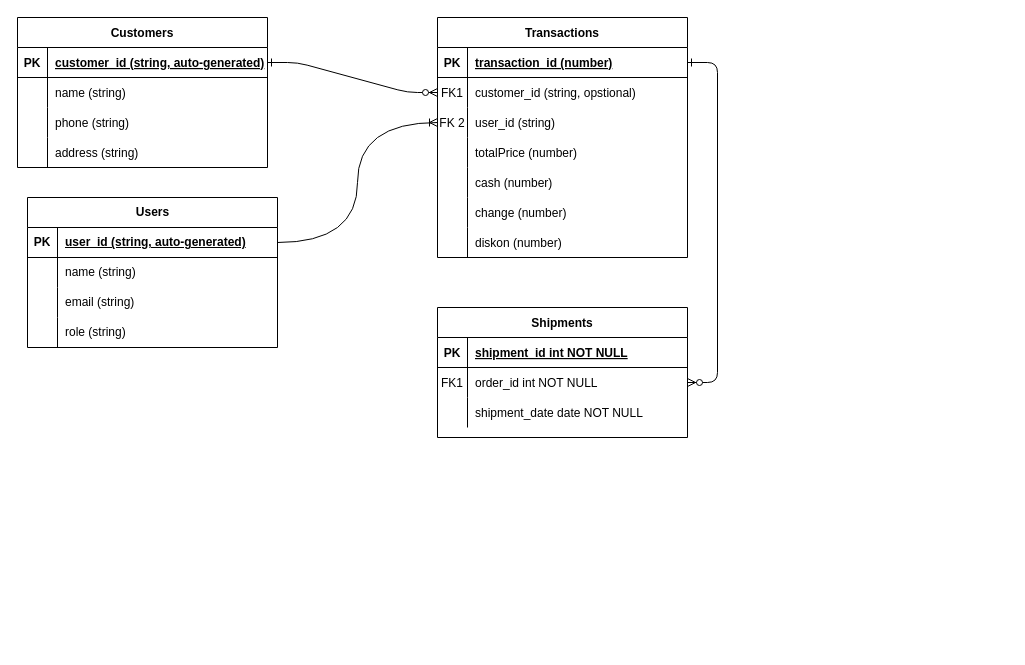
This is Untitled Diagram.drawio from rafignwn/aplikasi-kasir-versi-web, a draw.io file, before an edit. Source tidied: cells renumbered, new cells numbered last; positions are measured from the earlier drawing's top-left corner, leaving out a move shared by most shapes. Both pictures are drawn from the tidied source at 100%, with x=0, y=0 at pixel (17, 17).
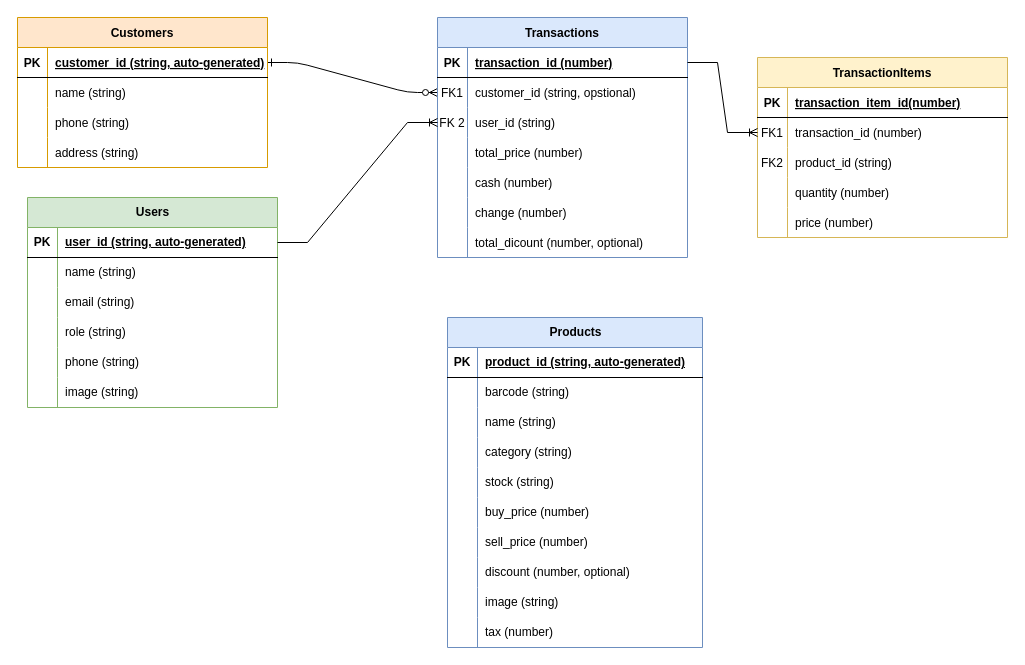
Above is the later version.

The change refers to these unchanged cells:
```xml
<mxCell id="5" style="shape=partialRectangle;fillColor=none;points=[[0,0.5],[1,0.5]];portConstraint=eastwest;top=0;left=0;right=0;bottom=1;" parent="4" vertex="1">
  <mxGeometry y="30" width="250" height="30" as="geometry" />
</mxCell>
<mxCell id="11" style="shape=partialRectangle;fillColor=none;points=[[0,0.5],[1,0.5]];portConstraint=eastwest;top=0;left=0;right=0;bottom=0;" parent="4" vertex="1">
  <mxGeometry y="90" width="250" height="30" as="geometry" />
</mxCell>
<mxCell id="14" style="shape=partialRectangle;fillColor=none;top=0;left=0;right=0;bottom=0;" parent="4" vertex="1">
  <mxGeometry y="120" width="250" height="30" as="geometry" />
</mxCell>
<mxCell id="23" style="shape=partialRectangle;fillColor=none;top=0;left=0;right=0;bottom=0;" parent="4" vertex="1">
  <mxGeometry y="210" width="250" height="30" as="geometry" />
</mxCell>
<mxCell id="27" style="shape=partialRectangle;fillColor=none;top=0;left=0;right=0;bottom=1;" parent="26" vertex="1">
  <mxGeometry y="30" width="250" height="30" as="geometry" />
</mxCell>
<mxCell id="30" style="shape=partialRectangle;fillColor=none;points=[[0,0.5],[1,0.5]];portConstraint=eastwest;top=0;left=0;right=0;bottom=0;" parent="26" vertex="1">
  <mxGeometry y="60" width="250" height="30" as="geometry" />
</mxCell>
<mxCell id="33" style="shape=partialRectangle;fillColor=none;top=0;left=0;right=0;bottom=0;" parent="26" vertex="1">
  <mxGeometry y="90" width="250" height="30" as="geometry" />
</mxCell>
<mxCell id="50" style="shape=tableRow;horizontal=0;startSize=0;swimlaneHead=0;swimlaneBody=0;fillColor=none;points=[[0,0.5],[1,0.5]];portConstraint=eastwest;top=0;left=0;right=0;bottom=1;" parent="49" vertex="1">
  <mxGeometry y="30" width="250" height="30" as="geometry" />
</mxCell>
```

The edit, as a diff of the source:
```diff
@@
-    <mxCell id="3" style="edgeStyle=entityRelationEdgeStyle;endArrow=ERzeroToMany;startArrow=ERone;endFill=1;startFill=0;" parent="1" edge="1" source="5" target="30">
-      <mxGeometry relative="1" as="geometry" />
-    </mxCell>
-    <mxCell id="4" value="Transactions" style="shape=table;startSize=30;childLayout=tableLayout;rowLines=0;fontStyle=1;align=center;" parent="1" vertex="1">
+    <mxCell id="4" value="Transactions" style="shape=table;startSize=30;childLayout=tableLayout;rowLines=0;fontStyle=1;align=center;fillColor=#dae8fc;strokeColor=#6c8ebf;" parent="1" vertex="1">
       <mxGeometry x="420" width="250" height="240" as="geometry" />
     </mxCell>
@@
-    <mxCell id="16" value="totalPrice (number)" style="shape=partialRectangle;overflow=hidden;fillColor=none;top=0;left=0;bottom=0;right=0;align=left;spacingLeft=6;" parent="14" vertex="1">
+    <mxCell id="16" value="total_price (number)" style="shape=partialRectangle;overflow=hidden;fillColor=none;top=0;left=0;bottom=0;right=0;align=left;spacingLeft=6;" parent="14" vertex="1">
       <mxGeometry x="30" width="220" height="30" as="geometry" />
     </mxCell>
@@
-    <mxCell id="25" value="diskon (number)" style="shape=partialRectangle;overflow=hidden;fillColor=none;top=0;left=0;bottom=0;right=0;align=left;spacingLeft=6;" parent="23" vertex="1">
+    <mxCell id="25" value="total_dicount (number, optional)" style="shape=partialRectangle;overflow=hidden;fillColor=none;top=0;left=0;bottom=0;right=0;align=left;spacingLeft=6;" parent="23" vertex="1">
       <mxGeometry x="30" width="220" height="30" as="geometry" />
     </mxCell>
-    <mxCell id="26" value="Shipments" style="shape=table;startSize=30;childLayout=tableLayout;rowLines=0;fontStyle=1;align=center;" parent="1" vertex="1">
-      <mxGeometry x="420" y="290" width="250" height="130" as="geometry" />
+    <mxCell id="26" value="TransactionItems" style="shape=table;startSize=30;childLayout=tableLayout;rowLines=0;fontStyle=1;align=center;fillColor=#fff2cc;strokeColor=#d6b656;" parent="1" vertex="1">
+      <mxGeometry x="740" y="40" width="250" height="180" as="geometry" />
     </mxCell>
@@
-    <mxCell id="29" value="shipment_id int NOT NULL " style="shape=partialRectangle;overflow=hidden;fillColor=none;top=0;left=0;bottom=0;right=0;align=left;spacingLeft=6;fontStyle=5;" parent="27" vertex="1">
+    <mxCell id="29" value="transaction_item_id(number)" style="shape=partialRectangle;overflow=hidden;fillColor=none;top=0;left=0;bottom=0;right=0;align=left;spacingLeft=6;fontStyle=5;" parent="27" vertex="1">
       <mxGeometry x="30" width="220" height="30" as="geometry" />
     </mxCell>
@@
-    <mxCell id="32" value="order_id int NOT NULL" style="shape=partialRectangle;overflow=hidden;fillColor=none;top=0;left=0;bottom=0;right=0;align=left;spacingLeft=6;" parent="30" vertex="1">
+    <mxCell id="32" value="transaction_id (number)" style="shape=partialRectangle;overflow=hidden;fillColor=none;top=0;left=0;bottom=0;right=0;align=left;spacingLeft=6;" parent="30" vertex="1">
       <mxGeometry x="30" width="220" height="30" as="geometry" />
     </mxCell>
@@
-    <mxCell id="34" style="shape=partialRectangle;overflow=hidden;fillColor=none;top=0;left=0;bottom=0;right=0;" parent="33" vertex="1">
+    <mxCell id="34" value="FK2" style="shape=partialRectangle;overflow=hidden;fillColor=none;top=0;left=0;bottom=0;right=0;" parent="33" vertex="1">
       <mxGeometry width="30" height="30" as="geometry" />
     </mxCell>
-    <mxCell id="35" value="shipment_date date NOT NULL" style="shape=partialRectangle;overflow=hidden;fillColor=none;top=0;left=0;bottom=0;right=0;align=left;spacingLeft=6;" parent="33" vertex="1">
+    <mxCell id="35" value="product_id (string)" style="shape=partialRectangle;overflow=hidden;fillColor=none;top=0;left=0;bottom=0;right=0;align=left;spacingLeft=6;" parent="33" vertex="1">
       <mxGeometry x="30" width="220" height="30" as="geometry" />
     </mxCell>
+    <mxCell id="63" style="shape=partialRectangle;fillColor=none;top=0;left=0;right=0;bottom=0;" parent="26" vertex="1">
+      <mxGeometry y="120" width="250" height="30" as="geometry" />
+    </mxCell>
+    <mxCell id="64" style="shape=partialRectangle;overflow=hidden;fillColor=none;top=0;left=0;bottom=0;right=0;" parent="63" vertex="1">
+      <mxGeometry width="30" height="30" as="geometry" />
+    </mxCell>
+    <mxCell id="65" value="quantity (number)" style="shape=partialRectangle;overflow=hidden;fillColor=none;top=0;left=0;bottom=0;right=0;align=left;spacingLeft=6;" parent="63" vertex="1">
+      <mxGeometry x="30" width="220" height="30" as="geometry" />
+    </mxCell>
+    <mxCell id="66" style="shape=partialRectangle;fillColor=none;top=0;left=0;right=0;bottom=0;" parent="26" vertex="1">
+      <mxGeometry y="150" width="250" height="30" as="geometry" />
+    </mxCell>
+    <mxCell id="67" style="shape=partialRectangle;overflow=hidden;fillColor=none;top=0;left=0;bottom=0;right=0;" parent="66" vertex="1">
+      <mxGeometry width="30" height="30" as="geometry" />
+    </mxCell>
+    <mxCell id="68" value="price (number)" style="shape=partialRectangle;overflow=hidden;fillColor=none;top=0;left=0;bottom=0;right=0;align=left;spacingLeft=6;" parent="66" vertex="1">
+      <mxGeometry x="30" width="220" height="30" as="geometry" />
+    </mxCell>
-    <mxCell id="36" value="Customers" style="shape=table;startSize=30;childLayout=tableLayout;rowLines=0;fontStyle=1;align=center;" parent="1" vertex="1">
+    <mxCell id="36" value="Customers" style="shape=table;startSize=30;childLayout=tableLayout;rowLines=0;fontStyle=1;align=center;fillColor=#ffe6cc;strokeColor=#d79b00;" parent="1" vertex="1">
       <mxGeometry width="250" height="150" as="geometry" />
     </mxCell>
@@
-    <mxCell id="49" value="Users" style="shape=table;startSize=30;childLayout=tableLayout;rowLines=0;fontStyle=1;align=center;html=1;" parent="1" vertex="1">
-      <mxGeometry x="10" y="180" width="250" height="150" as="geometry" />
+    <mxCell id="49" value="Users" style="shape=table;startSize=30;childLayout=tableLayout;rowLines=0;fontStyle=1;align=center;html=1;fillColor=#d5e8d4;strokeColor=#82b366;" parent="1" vertex="1">
+      <mxGeometry x="10" y="180" width="250" height="210" as="geometry" />
     </mxCell>
@@
+    <mxCell id="69" style="shape=tableRow;horizontal=0;startSize=0;swimlaneHead=0;swimlaneBody=0;fillColor=none;top=0;left=0;right=0;bottom=0;" parent="49" vertex="1">
+      <mxGeometry y="150" width="250" height="30" as="geometry" />
+    </mxCell>
+    <mxCell id="70" style="shape=partialRectangle;fillColor=none;top=0;left=0;bottom=0;right=0;overflow=hidden;whiteSpace=wrap;html=1;" parent="69" vertex="1">
+      <mxGeometry width="30" height="30" as="geometry" />
+    </mxCell>
+    <mxCell id="71" value="phone (string)" style="shape=partialRectangle;fillColor=none;top=0;left=0;bottom=0;right=0;align=left;spacingLeft=6;overflow=hidden;whiteSpace=wrap;html=1;" parent="69" vertex="1">
+      <mxGeometry x="30" width="220" height="30" as="geometry" />
+    </mxCell>
+    <mxCell id="72" style="shape=tableRow;horizontal=0;startSize=0;swimlaneHead=0;swimlaneBody=0;fillColor=none;top=0;left=0;right=0;bottom=0;" parent="49" vertex="1">
+      <mxGeometry y="180" width="250" height="30" as="geometry" />
+    </mxCell>
+    <mxCell id="73" style="shape=partialRectangle;fillColor=none;top=0;left=0;bottom=0;right=0;overflow=hidden;whiteSpace=wrap;html=1;" parent="72" vertex="1">
+      <mxGeometry width="30" height="30" as="geometry" />
+    </mxCell>
+    <mxCell id="74" value="image (string)" style="shape=partialRectangle;fillColor=none;top=0;left=0;bottom=0;right=0;align=left;spacingLeft=6;overflow=hidden;whiteSpace=wrap;html=1;" parent="72" vertex="1">
+      <mxGeometry x="30" width="220" height="30" as="geometry" />
+    </mxCell>
-    <mxCell id="62" style="edgeStyle=orthogonalEdgeStyle;fontSize=12;html=1;endArrow=ERoneToMany;rounded=0;exitX=1;exitY=0.5;exitDx=0;exitDy=0;curved=1;" parent="1" edge="1" source="50" target="11">
+    <mxCell id="62" style="edgeStyle=entityRelationEdgeStyle;fontSize=12;html=1;endArrow=ERoneToMany;rounded=0;exitX=1;exitY=0.5;exitDx=0;exitDy=0;" parent="1" edge="1" source="50" target="11">
       <mxGeometry relative="1" as="geometry" />
     </mxCell>
+    <mxCell id="3" style="edgeStyle=entityRelationEdgeStyle;fontSize=12;html=1;endArrow=ERoneToMany;rounded=0;entryX=0;entryY=0.5;entryDx=0;entryDy=0;exitX=1;exitY=0.5;exitDx=0;exitDy=0;" parent="1" edge="1" source="5" target="30">
+      <mxGeometry relative="1" as="geometry">
+        <Array as="points">
+          <mxPoint x="740" y="110" />
+        </Array>
+      </mxGeometry>
+    </mxCell>
+    <mxCell id="75" value="Products" style="shape=table;startSize=30;childLayout=tableLayout;rowLines=0;fontStyle=1;align=center;html=1;fillColor=#dae8fc;strokeColor=#6c8ebf;" parent="1" vertex="1">
+      <mxGeometry x="430" y="300" width="255" height="330" as="geometry" />
+    </mxCell>
+    <mxCell id="76" style="shape=tableRow;horizontal=0;startSize=0;swimlaneHead=0;swimlaneBody=0;fillColor=none;top=0;left=0;right=0;bottom=1;" parent="75" vertex="1">
+      <mxGeometry y="30" width="255" height="30" as="geometry" />
+    </mxCell>
+    <mxCell id="77" value="PK" style="shape=partialRectangle;fillColor=none;top=0;left=0;bottom=0;right=0;fontStyle=1;overflow=hidden;whiteSpace=wrap;html=1;" parent="76" vertex="1">
+      <mxGeometry width="30" height="30" as="geometry" />
+    </mxCell>
+    <mxCell id="78" value="product_id (string, auto-generated)" style="shape=partialRectangle;fillColor=none;top=0;left=0;bottom=0;right=0;align=left;spacingLeft=6;fontStyle=5;overflow=hidden;whiteSpace=wrap;html=1;" parent="76" vertex="1">
+      <mxGeometry x="30" width="225" height="30" as="geometry" />
+    </mxCell>
+    <mxCell id="79" style="shape=tableRow;horizontal=0;startSize=0;swimlaneHead=0;swimlaneBody=0;fillColor=none;top=0;left=0;right=0;bottom=0;" parent="75" vertex="1">
+      <mxGeometry y="60" width="255" height="30" as="geometry" />
+    </mxCell>
+    <mxCell id="80" style="shape=partialRectangle;fillColor=none;top=0;left=0;bottom=0;right=0;overflow=hidden;whiteSpace=wrap;html=1;" parent="79" vertex="1">
+      <mxGeometry width="30" height="30" as="geometry" />
+    </mxCell>
+    <mxCell id="81" value="barcode (string)" style="shape=partialRectangle;fillColor=none;top=0;left=0;bottom=0;right=0;align=left;spacingLeft=6;overflow=hidden;whiteSpace=wrap;html=1;" parent="79" vertex="1">
+      <mxGeometry x="30" width="225" height="30" as="geometry" />
+    </mxCell>
+    <mxCell id="82" style="shape=tableRow;horizontal=0;startSize=0;swimlaneHead=0;swimlaneBody=0;fillColor=none;top=0;left=0;right=0;bottom=0;" parent="75" vertex="1">
+      <mxGeometry y="90" width="255" height="30" as="geometry" />
+    </mxCell>
+    <mxCell id="83" style="shape=partialRectangle;fillColor=none;top=0;left=0;bottom=0;right=0;overflow=hidden;whiteSpace=wrap;html=1;" parent="82" vertex="1">
+      <mxGeometry width="30" height="30" as="geometry" />
+    </mxCell>
+    <mxCell id="84" value="name (string)" style="shape=partialRectangle;fillColor=none;top=0;left=0;bottom=0;right=0;align=left;spacingLeft=6;overflow=hidden;whiteSpace=wrap;html=1;" parent="82" vertex="1">
+      <mxGeometry x="30" width="225" height="30" as="geometry" />
+    </mxCell>
+    <mxCell id="85" style="shape=tableRow;horizontal=0;startSize=0;swimlaneHead=0;swimlaneBody=0;fillColor=none;top=0;left=0;right=0;bottom=0;" parent="75" vertex="1">
+      <mxGeometry y="120" width="255" height="30" as="geometry" />
+    </mxCell>
+    <mxCell id="86" style="shape=partialRectangle;fillColor=none;top=0;left=0;bottom=0;right=0;overflow=hidden;whiteSpace=wrap;html=1;" parent="85" vertex="1">
+      <mxGeometry width="30" height="30" as="geometry" />
+    </mxCell>
+    <mxCell id="87" value="category (string)" style="shape=partialRectangle;fillColor=none;top=0;left=0;bottom=0;right=0;align=left;spacingLeft=6;overflow=hidden;whiteSpace=wrap;html=1;" parent="85" vertex="1">
+      <mxGeometry x="30" width="225" height="30" as="geometry" />
+    </mxCell>
+    <mxCell id="88" style="shape=tableRow;horizontal=0;startSize=0;swimlaneHead=0;swimlaneBody=0;fillColor=none;top=0;left=0;right=0;bottom=0;" parent="75" vertex="1">
+      <mxGeometry y="150" width="255" height="30" as="geometry" />
+    </mxCell>
+    <mxCell id="89" style="shape=partialRectangle;fillColor=none;top=0;left=0;bottom=0;right=0;overflow=hidden;whiteSpace=wrap;html=1;" parent="88" vertex="1">
+      <mxGeometry width="30" height="30" as="geometry" />
+    </mxCell>
+    <mxCell id="90" value="stock&lt;span style=&quot;background-color: transparent; color: light-dark(rgb(0, 0, 0), rgb(255, 255, 255));&quot;&gt;&amp;nbsp;(string)&lt;/span&gt;" style="shape=partialRectangle;fillColor=none;top=0;left=0;bottom=0;right=0;align=left;spacingLeft=6;overflow=hidden;whiteSpace=wrap;html=1;" parent="88" vertex="1">
+      <mxGeometry x="30" width="225" height="30" as="geometry" />
+    </mxCell>
+    <mxCell id="91" style="shape=tableRow;horizontal=0;startSize=0;swimlaneHead=0;swimlaneBody=0;fillColor=none;top=0;left=0;right=0;bottom=0;" parent="75" vertex="1">
+      <mxGeometry y="180" width="255" height="30" as="geometry" />
+    </mxCell>
+    <mxCell id="92" style="shape=partialRectangle;fillColor=none;top=0;left=0;bottom=0;right=0;overflow=hidden;whiteSpace=wrap;html=1;" parent="91" vertex="1">
+      <mxGeometry width="30" height="30" as="geometry" />
+    </mxCell>
+    <mxCell id="93" value="buy_price (number)" style="shape=partialRectangle;fillColor=none;top=0;left=0;bottom=0;right=0;align=left;spacingLeft=6;overflow=hidden;whiteSpace=wrap;html=1;" parent="91" vertex="1">
+      <mxGeometry x="30" width="225" height="30" as="geometry" />
+    </mxCell>
+    <mxCell id="94" style="shape=tableRow;horizontal=0;startSize=0;swimlaneHead=0;swimlaneBody=0;fillColor=none;top=0;left=0;right=0;bottom=0;" parent="75" vertex="1">
+      <mxGeometry y="210" width="255" height="30" as="geometry" />
+    </mxCell>
+    <mxCell id="95" style="shape=partialRectangle;fillColor=none;top=0;left=0;bottom=0;right=0;overflow=hidden;whiteSpace=wrap;html=1;" parent="94" vertex="1">
+      <mxGeometry width="30" height="30" as="geometry" />
+    </mxCell>
+    <mxCell id="96" value="sell_price (number)" style="shape=partialRectangle;fillColor=none;top=0;left=0;bottom=0;right=0;align=left;spacingLeft=6;overflow=hidden;whiteSpace=wrap;html=1;" parent="94" vertex="1">
+      <mxGeometry x="30" width="225" height="30" as="geometry" />
+    </mxCell>
+    <mxCell id="97" style="shape=tableRow;horizontal=0;startSize=0;swimlaneHead=0;swimlaneBody=0;fillColor=none;top=0;left=0;right=0;bottom=0;" parent="75" vertex="1">
+      <mxGeometry y="240" width="255" height="30" as="geometry" />
+    </mxCell>
+    <mxCell id="98" style="shape=partialRectangle;fillColor=none;top=0;left=0;bottom=0;right=0;overflow=hidden;whiteSpace=wrap;html=1;" parent="97" vertex="1">
+      <mxGeometry width="30" height="30" as="geometry" />
+    </mxCell>
+    <mxCell id="99" value="discount (number, optional)" style="shape=partialRectangle;fillColor=none;top=0;left=0;bottom=0;right=0;align=left;spacingLeft=6;overflow=hidden;whiteSpace=wrap;html=1;" parent="97" vertex="1">
+      <mxGeometry x="30" width="225" height="30" as="geometry" />
+    </mxCell>
+    <mxCell id="100" style="shape=tableRow;horizontal=0;startSize=0;swimlaneHead=0;swimlaneBody=0;fillColor=none;top=0;left=0;right=0;bottom=0;" parent="75" vertex="1">
+      <mxGeometry y="270" width="255" height="30" as="geometry" />
+    </mxCell>
+    <mxCell id="101" style="shape=partialRectangle;fillColor=none;top=0;left=0;bottom=0;right=0;overflow=hidden;whiteSpace=wrap;html=1;" parent="100" vertex="1">
+      <mxGeometry width="30" height="30" as="geometry" />
+    </mxCell>
+    <mxCell id="102" value="image (string)" style="shape=partialRectangle;fillColor=none;top=0;left=0;bottom=0;right=0;align=left;spacingLeft=6;overflow=hidden;whiteSpace=wrap;html=1;" parent="100" vertex="1">
+      <mxGeometry x="30" width="225" height="30" as="geometry" />
+    </mxCell>
+    <mxCell id="103" style="shape=tableRow;horizontal=0;startSize=0;swimlaneHead=0;swimlaneBody=0;fillColor=none;top=0;left=0;right=0;bottom=0;" parent="75" vertex="1">
+      <mxGeometry y="300" width="255" height="30" as="geometry" />
+    </mxCell>
+    <mxCell id="104" style="shape=partialRectangle;fillColor=none;top=0;left=0;bottom=0;right=0;overflow=hidden;whiteSpace=wrap;html=1;" parent="103" vertex="1">
+      <mxGeometry width="30" height="30" as="geometry" />
+    </mxCell>
+    <mxCell id="105" value="tax (number)" style="shape=partialRectangle;fillColor=none;top=0;left=0;bottom=0;right=0;align=left;spacingLeft=6;overflow=hidden;whiteSpace=wrap;html=1;" parent="103" vertex="1">
+      <mxGeometry x="30" width="225" height="30" as="geometry" />
+    </mxCell>
```
